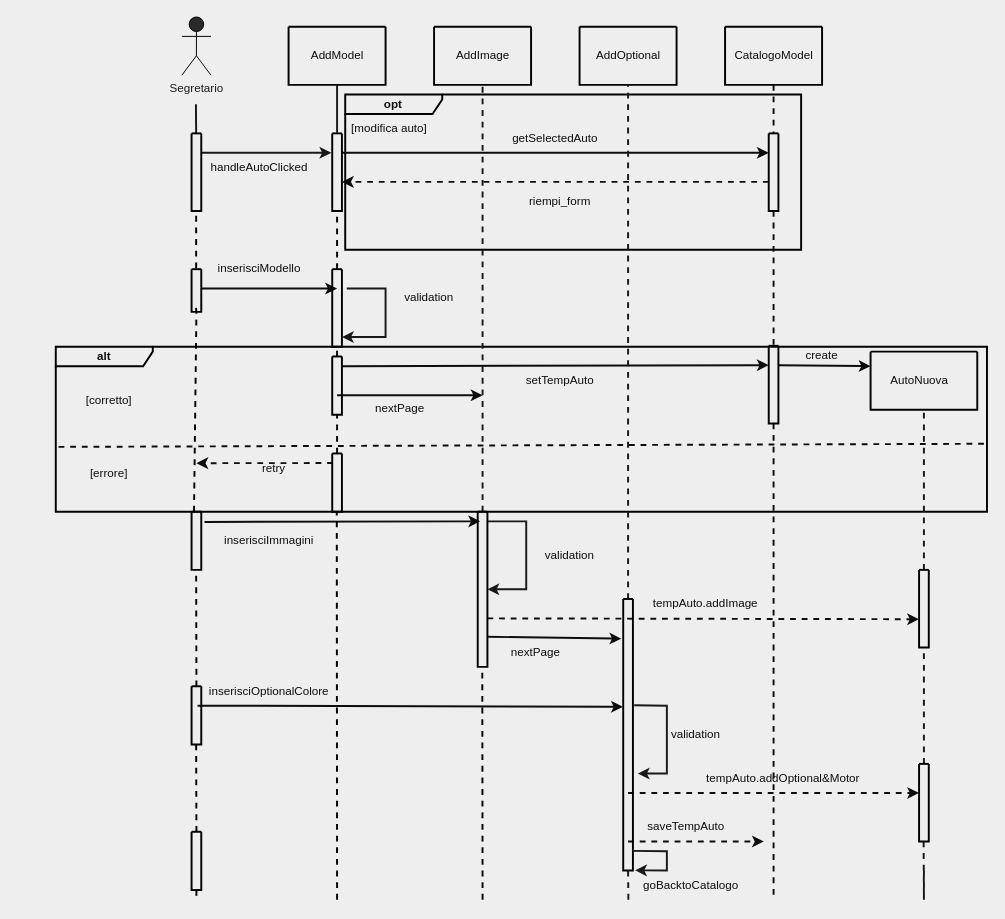
This is doc/AddAutoSeq.drawio from 446f6e6e79/ConfiguratoreAuto, a draw.io file, before an edit. Source tidied: cells renumbered, new cells numbered last; positions are measured from the earlier drawing's top-left corner, leaving out a move shared by most shapes. Both pictures are drawn from the tidied source at 97%, with x=0, y=0 at pixel (16, 16).
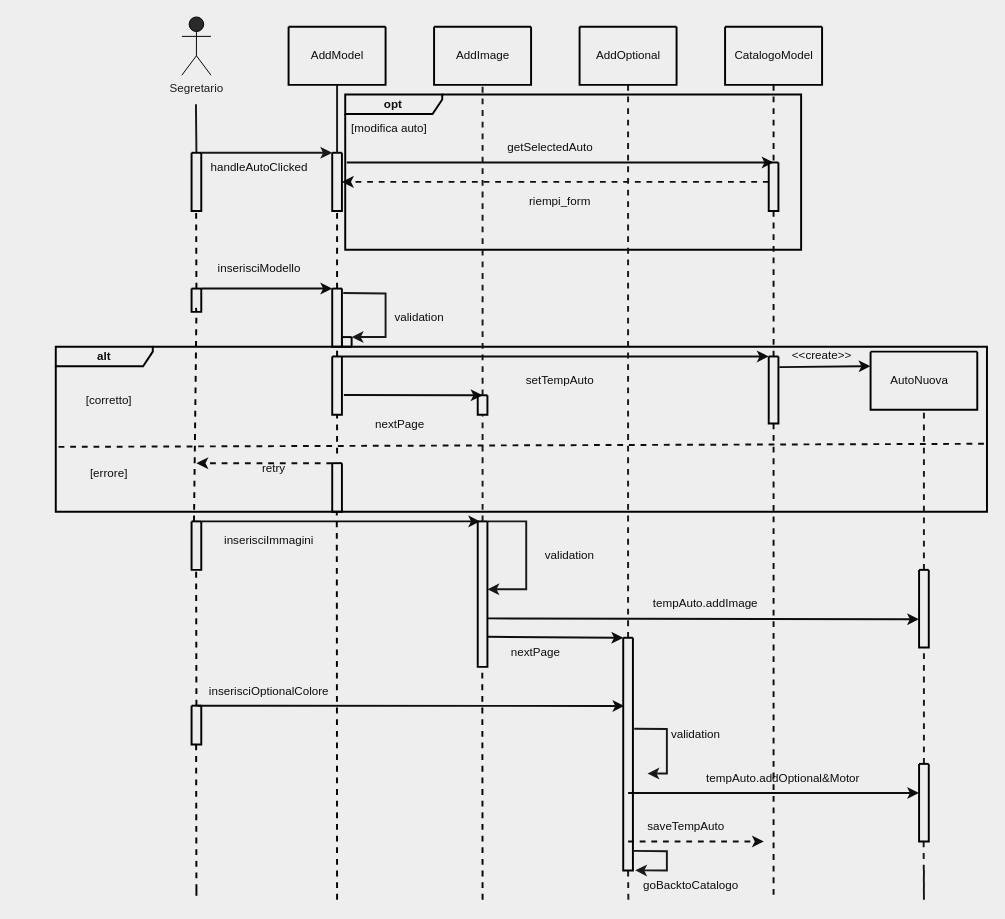
After the change.

The change refers to these unchanged cells:
```xml
<mxCell id="6" style="swimlane;startSize=0;strokeColor=#000000;fontColor=#0D0D0D;fillColor=#2A2A2A;strokeWidth=2;" parent="1" vertex="1">
  <mxGeometry x="280" y="10" width="100" height="60" as="geometry" />
</mxCell>
<mxCell id="8" style="swimlane;startSize=0;strokeColor=#000000;fontColor=#0D0D0D;fillColor=#2A2A2A;strokeWidth=2;" parent="1" vertex="1">
  <mxGeometry x="430" y="10" width="100" height="60" as="geometry" />
</mxCell>
<mxCell id="20" style="swimlane;startSize=0;strokeColor=#000000;fontColor=#0D0D0D;fillColor=#2A2A2A;strokeWidth=2;" parent="1" vertex="1">
  <mxGeometry x="580" y="10" width="100" height="60" as="geometry" />
</mxCell>
<mxCell id="38" style="swimlane;startSize=0;strokeColor=#000000;fontColor=#0D0D0D;fillColor=#2A2A2A;strokeWidth=2;" parent="1" vertex="1">
  <mxGeometry x="880" y="345" width="110" height="60" as="geometry" />
</mxCell>
<mxCell id="65" style="swimlane;startSize=0;labelBackgroundColor=none;strokeColor=#000000;strokeWidth=2;fontColor=#0D0D0D;fillColor=#FFFFFF;" parent="1" vertex="1">
  <mxGeometry x="325" y="350" width="10" height="60" as="geometry" />
</mxCell>
<mxCell id="86" style="swimlane;startSize=0;labelBackgroundColor=none;strokeColor=#000000;strokeWidth=2;fontColor=#0D0D0D;fillColor=#2A2A2A;" parent="1" vertex="1">
  <mxGeometry x="930" y="570" width="10" height="80" as="geometry" />
</mxCell>
```

Diff of the diagram source:
```diff
@@
-    <mxCell id="5" style="endArrow=none;html=1;rounded=0;fontColor=#0D0D0D;strokeColor=#191919;strokeWidth=2;" parent="1" edge="1">
+    <mxCell id="5" style="endArrow=none;html=1;rounded=0;fontColor=#0D0D0D;strokeColor=#191919;strokeWidth=2;exitX=0.5;exitY=0;exitDx=0;exitDy=0;" parent="1" edge="1" source="69">
       <mxGeometry relative="1" as="geometry">
-        <mxPoint x="184.7" y="120" as="sourcePoint" />
         <mxPoint x="184.5" y="90" as="targetPoint" />
       </mxGeometry>
     </mxCell>
@@
-    <mxCell id="10" style="endArrow=classic;html=1;rounded=0;strokeColor=#191919;strokeWidth=2;fontColor=#0D0D0D;entryX=-0.092;entryY=0.25;entryDx=0;entryDy=0;entryPerimeter=0;" parent="1" edge="1" target="13">
+    <mxCell id="10" style="endArrow=classic;html=1;rounded=0;strokeColor=#191919;strokeWidth=2;fontColor=#0D0D0D;entryX=0;entryY=0;entryDx=0;entryDy=0;" parent="1" edge="1" target="13">
       <mxGeometry relative="1" as="geometry">
         <mxPoint x="190" y="140" as="sourcePoint" />
       </mxGeometry>
     </mxCell>
@@
-    <mxCell id="12" style="edgeStyle=orthogonalEdgeStyle;rounded=0;jettySize=auto;html=1;exitX=1;exitY=0.25;exitDx=0;exitDy=0;strokeColor=#0D0D0D;strokeWidth=2;endArrow=classic;endFill=1;entryX=0;entryY=0.25;entryDx=0;entryDy=0;" parent="1" edge="1" source="13" target="25">
-      <mxGeometry relative="1" as="geometry" />
+    <mxCell id="12" style="edgeStyle=orthogonalEdgeStyle;rounded=0;orthogonalLoop=1;jettySize=auto;html=1;strokeColor=#0D0D0D;strokeWidth=2;endArrow=classic;endFill=1;" parent="1" edge="1">
+      <mxGeometry relative="1" as="geometry">
+        <mxPoint x="340" y="150" as="sourcePoint" />
+        <mxPoint x="780" y="150" as="targetPoint" />
+      </mxGeometry>
     </mxCell>
     <mxCell id="13" style="swimlane;startSize=0;labelBackgroundColor=none;strokeColor=#000000;strokeWidth=2;fontColor=#0D0D0D;fillColor=#2A2A2A;" parent="1" vertex="1">
-      <mxGeometry x="325" y="120" width="10" height="80" as="geometry" />
+      <mxGeometry x="325" y="140" width="10" height="60" as="geometry" />
     </mxCell>
-    <mxCell id="14" style="endArrow=none;html=1;rounded=0;fontColor=#0D0D0D;strokeColor=#191919;strokeWidth=2;entryX=0.5;entryY=1;entryDx=0;entryDy=0;" parent="1" edge="1" target="6">
-      <mxGeometry relative="1" as="geometry">
-        <mxPoint x="330" y="120" as="sourcePoint" />
-      </mxGeometry>
+    <mxCell id="14" style="endArrow=none;html=1;rounded=0;fontColor=#0D0D0D;strokeColor=#191919;strokeWidth=2;entryX=0.5;entryY=1;entryDx=0;entryDy=0;exitX=0.5;exitY=0;exitDx=0;exitDy=0;" parent="1" edge="1" source="13" target="6">
+      <mxGeometry relative="1" as="geometry" />
     </mxCell>
-    <mxCell id="15" style="endArrow=none;html=1;rounded=0;fontColor=#0D0D0D;strokeColor=#191919;strokeWidth=2;dashed=1;entryX=0.5;entryY=1;entryDx=0;entryDy=0;exitX=0.5;exitY=0;exitDx=0;exitDy=0;" parent="1" edge="1" source="75" target="8">
+    <mxCell id="15" style="endArrow=none;html=1;rounded=0;fontColor=#0D0D0D;strokeColor=#191919;strokeWidth=2;dashed=1;entryX=0.5;entryY=1;entryDx=0;entryDy=0;exitX=0.5;exitY=0;exitDx=0;exitDy=0;startArrow=none;" parent="1" edge="1" source="94" target="8">
       <mxGeometry relative="1" as="geometry" />
     </mxCell>
@@
     <mxCell id="25" style="swimlane;startSize=0;labelBackgroundColor=none;strokeColor=#000000;strokeWidth=2;fontColor=#0D0D0D;fillColor=#2A2A2A;" parent="1" vertex="1">
-      <mxGeometry x="775" y="120" width="10" height="80" as="geometry" />
+      <mxGeometry x="775" y="150" width="10" height="50" as="geometry" />
     </mxCell>
@@
     <mxCell id="28" value="getSelectedAuto" style="text;html=1;strokeColor=none;fillColor=none;align=center;verticalAlign=middle;whiteSpace=wrap;rounded=0;labelBackgroundColor=none;strokeWidth=2;fontColor=#0D0D0D;" parent="1" vertex="1">
-      <mxGeometry x="525" y="110" width="60" height="30" as="geometry" />
+      <mxGeometry x="520" y="120" width="60" height="30" as="geometry" />
     </mxCell>
@@
-    <mxCell id="30" style="endArrow=classic;html=1;rounded=0;strokeColor=#0D0D0D;strokeWidth=2;" parent="1" edge="1">
+    <mxCell id="30" style="endArrow=classic;html=1;rounded=0;strokeColor=#0D0D0D;strokeWidth=2;entryX=0;entryY=0;entryDx=0;entryDy=0;" parent="1" edge="1" target="67">
       <mxGeometry relative="1" as="geometry">
         <mxPoint x="190" y="280" as="sourcePoint" />
-        <mxPoint x="330" y="280" as="targetPoint" />
       </mxGeometry>
     </mxCell>
@@
-    <mxCell id="32" style="endArrow=classic;html=1;rounded=0;strokeColor=#0D0D0D;strokeWidth=2;entryX=0;entryY=0.25;entryDx=0;entryDy=0;" parent="1" edge="1" target="83">
-      <mxGeometry relative="1" as="geometry">
-        <mxPoint x="335" y="360" as="sourcePoint" />
-      </mxGeometry>
+    <mxCell id="32" style="endArrow=classic;html=1;rounded=0;strokeColor=#0D0D0D;strokeWidth=2;entryX=0;entryY=0;entryDx=0;entryDy=0;exitX=1;exitY=0;exitDx=0;exitDy=0;" parent="1" edge="1" source="65" target="83">
+      <mxGeometry relative="1" as="geometry" />
     </mxCell>
@@
-    <mxCell id="34" style="endArrow=classic;html=1;rounded=0;strokeColor=#0D0D0D;strokeWidth=2;" parent="1" edge="1">
+    <mxCell id="34" style="endArrow=classic;html=1;rounded=0;strokeColor=#0D0D0D;strokeWidth=2;exitX=1.204;exitY=0.663;exitDx=0;exitDy=0;exitPerimeter=0;" parent="1" edge="1" source="65">
       <mxGeometry relative="1" as="geometry">
-        <mxPoint x="330" y="390" as="sourcePoint" />
         <mxPoint x="480" y="390" as="targetPoint" />
       </mxGeometry>
     </mxCell>
     <mxCell id="35" value="nextPage" style="text;html=1;strokeColor=none;fillColor=none;align=center;verticalAlign=middle;whiteSpace=wrap;rounded=0;labelBackgroundColor=none;strokeWidth=2;fontColor=#0D0D0D;" parent="1" vertex="1">
-      <mxGeometry x="335" y="389" width="120" height="30" as="geometry" />
+      <mxGeometry x="335" y="405" width="120" height="30" as="geometry" />
     </mxCell>
-    <mxCell id="36" style="endArrow=classic;html=1;rounded=0;strokeColor=#0D0D0D;strokeWidth=2;exitX=1.334;exitY=0.176;exitDx=0;exitDy=0;exitPerimeter=0;" parent="1" edge="1" source="74">
+    <mxCell id="36" style="endArrow=classic;html=1;rounded=0;strokeColor=#0D0D0D;strokeWidth=2;exitX=1;exitY=0;exitDx=0;exitDy=0;" parent="1" edge="1" source="74">
       <mxGeometry relative="1" as="geometry">
         <mxPoint x="477.5" y="520" as="targetPoint" />
       </mxGeometry>
     </mxCell>
@@
-    <mxCell id="40" style="endArrow=classic;html=1;rounded=0;strokeColor=#0D0D0D;strokeWidth=2;entryX=0;entryY=0.25;entryDx=0;entryDy=0;exitX=1;exitY=0.25;exitDx=0;exitDy=0;" parent="1" edge="1" source="83" target="38">
+    <mxCell id="40" style="endArrow=classic;html=1;rounded=0;strokeColor=#0D0D0D;strokeWidth=2;entryX=0;entryY=0.25;entryDx=0;entryDy=0;exitX=1.097;exitY=0.159;exitDx=0;exitDy=0;exitPerimeter=0;" parent="1" edge="1" source="83" target="38">
       <mxGeometry relative="1" as="geometry" />
     </mxCell>
@@
-    <mxCell id="43" style="endArrow=classic;html=1;rounded=0;strokeColor=#0D0D0D;strokeWidth=2;entryX=-0.2;entryY=0.146;entryDx=0;entryDy=0;entryPerimeter=0;" parent="1" edge="1" target="82">
+    <mxCell id="43" style="endArrow=classic;html=1;rounded=0;strokeColor=#0D0D0D;strokeWidth=2;entryX=0;entryY=0;entryDx=0;entryDy=0;" parent="1" edge="1" target="82">
       <mxGeometry relative="1" as="geometry">
         <mxPoint x="485" y="639" as="sourcePoint" />
       </mxGeometry>
     </mxCell>
@@
-    <mxCell id="45" style="endArrow=none;html=1;rounded=0;fontColor=#0D0D0D;strokeColor=#191919;strokeWidth=2;dashed=1;entryX=0.5;entryY=1;entryDx=0;entryDy=0;" parent="1" edge="1" target="20">
-      <mxGeometry relative="1" as="geometry">
-        <mxPoint x="630" y="600" as="sourcePoint" />
-      </mxGeometry>
+    <mxCell id="45" style="endArrow=none;html=1;rounded=0;fontColor=#0D0D0D;strokeColor=#191919;strokeWidth=2;dashed=1;entryX=0.5;entryY=1;entryDx=0;entryDy=0;exitX=0.5;exitY=0;exitDx=0;exitDy=0;" parent="1" edge="1" source="82" target="20">
+      <mxGeometry relative="1" as="geometry" />
     </mxCell>
@@
-    <mxCell id="47" style="endArrow=classic;html=1;rounded=0;dashed=1;strokeColor=#0D0D0D;strokeWidth=2;entryX=-0.006;entryY=0.636;entryDx=0;entryDy=0;entryPerimeter=0;" parent="1" edge="1" target="86">
+    <mxCell id="47" style="endArrow=classic;html=1;rounded=0;strokeColor=#0D0D0D;strokeWidth=2;entryX=-0.006;entryY=0.636;entryDx=0;entryDy=0;entryPerimeter=0;" parent="1" edge="1" target="86">
       <mxGeometry relative="1" as="geometry">
         <mxPoint x="485" y="620" as="sourcePoint" />
       </mxGeometry>
     </mxCell>
@@
-    <mxCell id="49" style="endArrow=classic;html=1;rounded=0;strokeColor=#0D0D0D;strokeWidth=2;entryX=-0.033;entryY=0.397;entryDx=0;entryDy=0;entryPerimeter=0;" parent="1" edge="1" target="82">
+    <mxCell id="49" style="endArrow=classic;html=1;rounded=0;strokeColor=#0D0D0D;strokeWidth=2;entryX=0.119;entryY=0.293;entryDx=0;entryDy=0;entryPerimeter=0;" parent="1" edge="1" target="82">
       <mxGeometry relative="1" as="geometry">
         <mxPoint x="186.2" y="710" as="sourcePoint" />
       </mxGeometry>
     </mxCell>
@@
     <mxCell id="51" style="endArrow=classic;html=1;rounded=0;strokeColor=#191919;strokeWidth=2;fontColor=#0D0D0D;exitX=1.133;exitY=0.391;exitDx=0;exitDy=0;exitPerimeter=0;" parent="1" edge="1" source="82">
       <mxGeometry relative="1" as="geometry">
-        <mxPoint x="640" y="780" as="targetPoint" />
+        <mxPoint x="650" y="780" as="targetPoint" />
         <Array as="points">
-          <mxPoint x="670" y="710" />
+          <mxPoint x="670" y="734" />
           <mxPoint x="670" y="780" />
         </Array>
       </mxGeometry>
     </mxCell>
@@
-    <mxCell id="53" style="endArrow=classic;html=1;rounded=0;dashed=1;strokeColor=#0D0D0D;strokeWidth=2;" parent="1" edge="1">
+    <mxCell id="53" style="endArrow=classic;html=1;rounded=0;strokeColor=#0D0D0D;strokeWidth=2;" parent="1" edge="1">
       <mxGeometry relative="1" as="geometry">
         <mxPoint x="630" y="800" as="sourcePoint" />
         <mxPoint x="930" y="800" as="targetPoint" />
       </mxGeometry>
     </mxCell>
@@
-    <mxCell id="55" style="endArrow=classic;html=1;rounded=0;strokeColor=#191919;strokeWidth=2;fontColor=#0D0D0D;" parent="1" edge="1">
+    <mxCell id="55" style="endArrow=classic;html=1;rounded=0;strokeColor=#191919;strokeWidth=2;fontColor=#0D0D0D;entryX=1;entryY=0;entryDx=0;entryDy=0;exitX=1.14;exitY=0.075;exitDx=0;exitDy=0;exitPerimeter=0;" parent="1" edge="1" source="67" target="93">
       <mxGeometry relative="1" as="geometry">
-        <mxPoint x="340" y="280" as="sourcePoint" />
-        <mxPoint x="335" y="330" as="targetPoint" />
         <Array as="points">
-          <mxPoint x="380" y="280" />
+          <mxPoint x="380" y="285" />
           <mxPoint x="380" y="330" />
         </Array>
       </mxGeometry>
     </mxCell>
     <mxCell id="56" value="validation" style="text;html=1;strokeColor=none;fillColor=none;align=center;verticalAlign=middle;whiteSpace=wrap;rounded=0;labelBackgroundColor=none;strokeWidth=2;fontColor=#0D0D0D;" parent="1" vertex="1">
-      <mxGeometry x="365" y="274" width="120" height="30" as="geometry" />
+      <mxGeometry x="355" y="295" width="120" height="30" as="geometry" />
     </mxCell>
@@
-    <mxCell id="59" style="endArrow=classic;html=1;rounded=0;dashed=1;strokeColor=#0D0D0D;strokeWidth=2;exitX=0.076;exitY=0.165;exitDx=0;exitDy=0;exitPerimeter=0;" parent="1" edge="1" source="73">
+    <mxCell id="59" style="endArrow=classic;html=1;rounded=0;dashed=1;strokeColor=#0D0D0D;strokeWidth=2;exitX=0;exitY=0;exitDx=0;exitDy=0;" parent="1" edge="1" source="73">
       <mxGeometry relative="1" as="geometry">
         <mxPoint x="185" y="460" as="targetPoint" />
       </mxGeometry>
     </mxCell>
@@
     <mxCell id="67" style="swimlane;startSize=0;labelBackgroundColor=none;strokeColor=#000000;strokeWidth=2;fontColor=#0D0D0D;fillColor=#2A2A2A;" parent="1" vertex="1">
-      <mxGeometry x="325" y="260" width="10" height="80" as="geometry" />
+      <mxGeometry x="325" y="280" width="10" height="60" as="geometry" />
     </mxCell>
@@
     <mxCell id="69" style="swimlane;startSize=0;labelBackgroundColor=none;strokeColor=#000000;strokeWidth=2;fontColor=#0D0D0D;fillColor=#2A2A2A;" parent="1" vertex="1">
-      <mxGeometry x="180" y="120" width="10" height="80" as="geometry" />
+      <mxGeometry x="180" y="140" width="10" height="60" as="geometry" />
     </mxCell>
     <mxCell id="70" style="swimlane;startSize=0;labelBackgroundColor=none;strokeColor=#000000;strokeWidth=2;fontColor=#0D0D0D;fillColor=#2A2A2A;" parent="1" vertex="1">
-      <mxGeometry x="180" y="260" width="10" height="44" as="geometry" />
+      <mxGeometry x="180" y="280" width="10" height="24" as="geometry" />
     </mxCell>
-    <mxCell id="71" style="endArrow=none;dashed=1;html=1;rounded=0;exitX=0.5;exitY=0;exitDx=0;exitDy=0;strokeWidth=2;strokeColor=#000000;entryX=0.5;entryY=1;entryDx=0;entryDy=0;" parent="1" edge="1">
+    <mxCell id="71" style="endArrow=none;dashed=1;html=1;rounded=0;exitX=0.5;exitY=0;exitDx=0;exitDy=0;strokeWidth=2;strokeColor=#000000;entryX=0.5;entryY=1;entryDx=0;entryDy=0;" parent="1" edge="1" source="70">
       <mxGeometry relative="1" as="geometry">
-        <mxPoint x="184.7" y="259" as="sourcePoint" />
         <mxPoint x="184.7" y="199" as="targetPoint" />
       </mxGeometry>
     </mxCell>
@@
     <mxCell id="73" style="swimlane;startSize=0;labelBackgroundColor=none;strokeColor=#000000;strokeWidth=2;fontColor=#0D0D0D;fillColor=#FFFFFF;" parent="1" vertex="1">
-      <mxGeometry x="325" y="450" width="10" height="60" as="geometry" />
+      <mxGeometry x="325" y="460" width="10" height="50" as="geometry" />
     </mxCell>
     <mxCell id="74" style="swimlane;startSize=0;labelBackgroundColor=none;strokeColor=#000000;strokeWidth=2;fontColor=#0D0D0D;fillColor=#FFFFFF;" parent="1" vertex="1">
-      <mxGeometry x="180" y="510" width="10" height="60" as="geometry" />
+      <mxGeometry x="180" y="520" width="10" height="50" as="geometry" />
     </mxCell>
     <mxCell id="75" style="swimlane;startSize=0;labelBackgroundColor=none;strokeColor=#000000;strokeWidth=2;fontColor=#0D0D0D;fillColor=#FFFFFF;" parent="1" vertex="1">
-      <mxGeometry x="475" y="510" width="10" height="160" as="geometry" />
+      <mxGeometry x="475" y="520" width="10" height="150" as="geometry" />
     </mxCell>
-    <mxCell id="76" style="endArrow=none;dashed=1;html=1;rounded=0;entryX=0.5;entryY=1;entryDx=0;entryDy=0;strokeWidth=2;strokeColor=#000000;startArrow=none;" parent="1" edge="1">
+    <mxCell id="76" style="endArrow=none;dashed=1;html=1;rounded=0;entryX=0.5;entryY=1;entryDx=0;entryDy=0;strokeWidth=2;strokeColor=#000000;startArrow=none;exitX=0.5;exitY=0;exitDx=0;exitDy=0;" parent="1" edge="1" source="77">
       <mxGeometry relative="1" as="geometry">
-        <mxPoint x="185" y="690" as="sourcePoint" />
         <mxPoint x="184.7" y="570" as="targetPoint" />
       </mxGeometry>
     </mxCell>
     <mxCell id="77" style="swimlane;startSize=0;labelBackgroundColor=none;strokeColor=#000000;strokeWidth=2;fontColor=#0D0D0D;fillColor=#FFFFFF;" parent="1" vertex="1">
-      <mxGeometry x="180" y="690" width="10" height="60" as="geometry" />
+      <mxGeometry x="180" y="710" width="10" height="40" as="geometry" />
     </mxCell>
-    <mxCell id="78" style="endArrow=none;dashed=1;html=1;rounded=0;entryX=0.5;entryY=1;entryDx=0;entryDy=0;strokeWidth=2;strokeColor=#000000;startArrow=none;exitX=0.5;exitY=0;exitDx=0;exitDy=0;" parent="1" edge="1" source="79">
+    <mxCell id="78" style="endArrow=none;dashed=1;html=1;rounded=0;entryX=0.5;entryY=1;entryDx=0;entryDy=0;strokeWidth=2;strokeColor=#000000;startArrow=none;" parent="1" edge="1">
       <mxGeometry relative="1" as="geometry">
+        <mxPoint x="185" y="900" as="sourcePoint" />
         <mxPoint x="184.7" y="750" as="targetPoint" />
       </mxGeometry>
     </mxCell>
-    <mxCell id="79" style="swimlane;startSize=0;labelBackgroundColor=none;strokeColor=#000000;strokeWidth=2;fontColor=#0D0D0D;fillColor=#FFFFFF;" parent="1" vertex="1">
-      <mxGeometry x="180" y="840" width="10" height="60" as="geometry" />
-    </mxCell>
@@
     <mxCell id="82" style="swimlane;startSize=0;labelBackgroundColor=none;strokeColor=#000000;strokeWidth=2;fontColor=#0D0D0D;fillColor=#FFFFFF;" parent="1" vertex="1">
-      <mxGeometry x="625" y="600" width="10" height="280" as="geometry" />
+      <mxGeometry x="625" y="640" width="10" height="240" as="geometry" />
     </mxCell>
     <mxCell id="83" style="swimlane;startSize=0;labelBackgroundColor=none;strokeColor=#000000;strokeWidth=2;fontColor=#0D0D0D;fillColor=#2A2A2A;" parent="1" vertex="1">
-      <mxGeometry x="775" y="339" width="10" height="80" as="geometry" />
+      <mxGeometry x="775" y="350" width="10" height="69" as="geometry" />
     </mxCell>
@@
-    <mxCell id="85" value="create" style="text;html=1;strokeColor=none;fillColor=none;align=center;verticalAlign=middle;whiteSpace=wrap;rounded=0;labelBackgroundColor=none;strokeWidth=2;fontColor=#0D0D0D;" parent="1" vertex="1">
+    <mxCell id="85" value="&amp;lt;&amp;lt;create&amp;gt;&amp;gt;" style="text;html=1;strokeColor=none;fillColor=none;align=center;verticalAlign=middle;whiteSpace=wrap;rounded=0;labelBackgroundColor=none;strokeWidth=2;fontColor=#0D0D0D;" parent="1" vertex="1">
       <mxGeometry x="790" y="339" width="80" height="20" as="geometry" />
     </mxCell>
@@
-    <mxCell id="92" style="endArrow=none;dashed=1;html=1;rounded=0;strokeWidth=2;strokeColor=#000000;startArrow=none;exitX=0.5;exitY=1;exitDx=0;exitDy=0;" parent="1" edge="1" source="79">
+    <mxCell id="92" style="endArrow=none;dashed=1;html=1;rounded=0;strokeWidth=2;strokeColor=#000000;startArrow=none;exitX=0.5;exitY=1;exitDx=0;exitDy=0;" parent="1" edge="1">
       <mxGeometry relative="1" as="geometry">
+        <mxPoint x="185" y="900" as="sourcePoint" />
         <mxPoint x="185" y="910" as="targetPoint" />
       </mxGeometry>
     </mxCell>
+    <mxCell id="93" style="swimlane;startSize=0;labelBackgroundColor=none;strokeColor=#000000;strokeWidth=2;fontColor=#0D0D0D;fillColor=#2A2A2A;" parent="1" vertex="1">
+      <mxGeometry x="335" y="330" width="10" height="10" as="geometry" />
+    </mxCell>
+    <mxCell id="94" style="swimlane;startSize=0;labelBackgroundColor=none;strokeColor=#000000;strokeWidth=2;fontColor=#0D0D0D;fillColor=#FFFFFF;" parent="1" vertex="1">
+      <mxGeometry x="475" y="390" width="10" height="20" as="geometry" />
+    </mxCell>
+    <mxCell id="95" style="endArrow=none;html=1;rounded=0;fontColor=#0D0D0D;strokeColor=#191919;strokeWidth=2;dashed=1;entryX=0.5;entryY=1;entryDx=0;entryDy=0;exitX=0.5;exitY=0;exitDx=0;exitDy=0;" parent="1" edge="1" source="75" target="94">
+      <mxGeometry relative="1" as="geometry" />
+    </mxCell>
```
